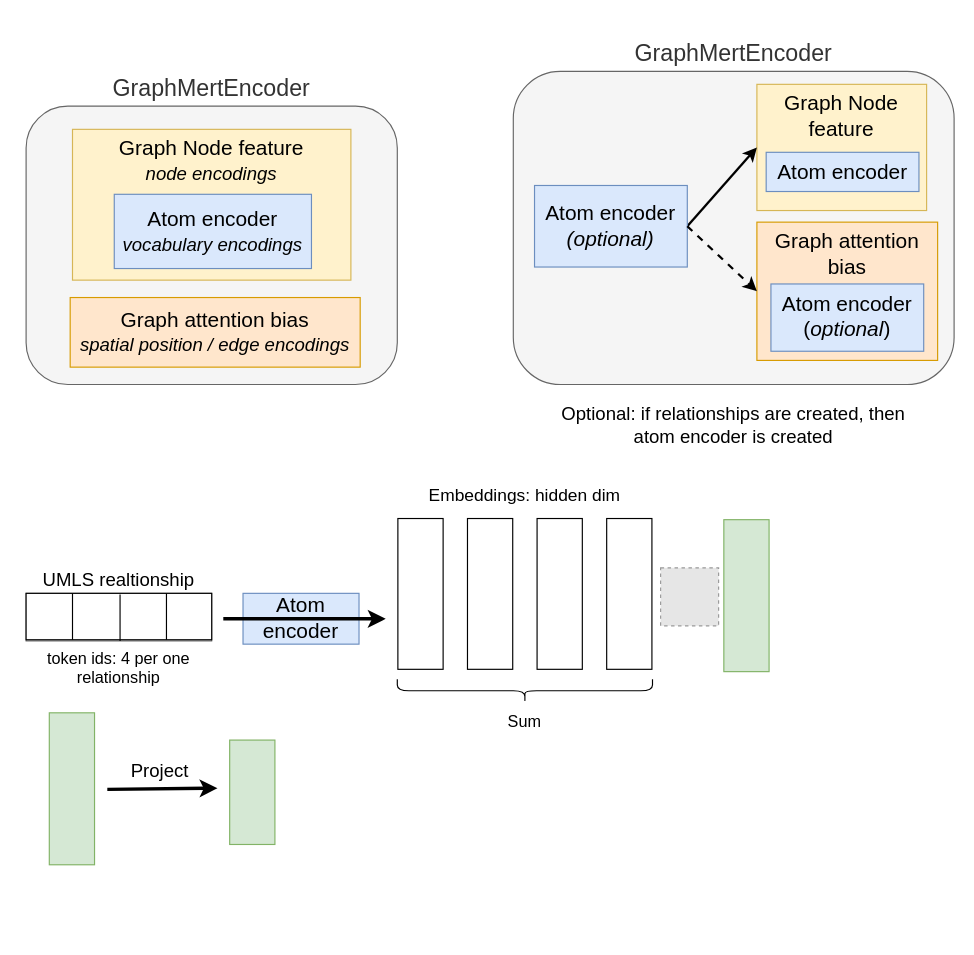
The draw.io diagram page "Page-1" (1 of 2) of presentations/Untitled Diagram.drawio in across-stars/draw.io, before the edit. Source tidied: cells renumbered, new cells numbered last; positions are measured from the earlier drawing's top-left corner, leaving out a move shared by most shapes. Both pictures are drawn from the tidied source at 116%, with x=0, y=0 at pixel (-5, 71). Pictures stored in the file or linked from it are replaced by grey dashed boxes.
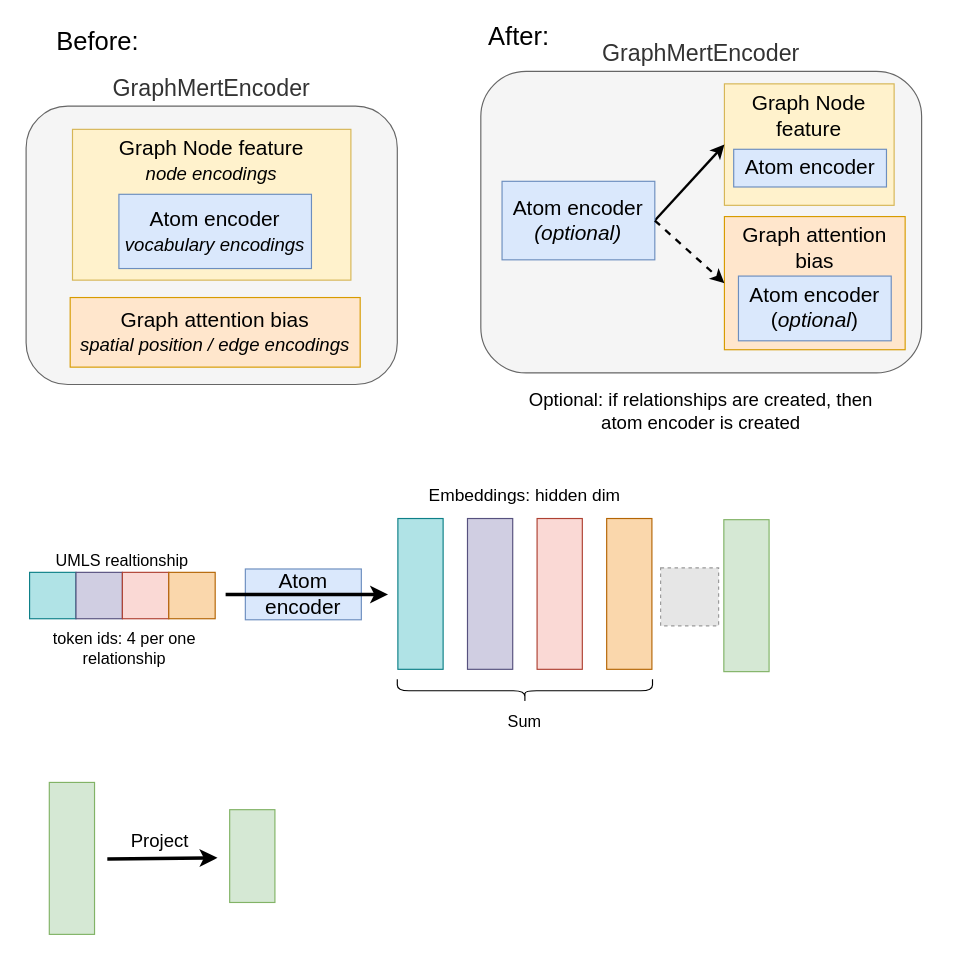
After the change.

The change refers to these unchanged cells:
```xml
<mxCell id="2" style="group;" parent="1" vertex="1">
  <mxGeometry x="26" y="30" width="320" height="240" as="geometry" />
</mxCell>
```

The edit, as a diff of the source:
```diff
@@
     <mxCell id="6" value="&lt;font style=&quot;font-size: 18px;&quot;&gt;Atom encoder&lt;/font&gt;&lt;div&gt;&lt;font style=&quot;font-size: 16px;&quot;&gt;&lt;i&gt;vocabulary encodings&lt;/i&gt;&lt;/font&gt;&lt;/div&gt;" style="rounded=0;whiteSpace=wrap;html=1;fillColor=#dae8fc;strokeColor=#6c8ebf;" parent="2" vertex="1">
-      <mxGeometry x="76" y="76" width="170" height="64" as="geometry" />
+      <mxGeometry x="80" y="76" width="166" height="64" as="geometry" />
     </mxCell>
     <mxCell id="7" style="group;" parent="1" vertex="1">
-      <mxGeometry x="446" width="380" height="270" as="geometry" />
+      <mxGeometry x="418" width="380" height="260" as="geometry" />
     </mxCell>
     <mxCell id="8" value="&lt;font style=&quot;font-size: 20px;&quot;&gt;GraphMertEncoder&lt;/font&gt;" style="rounded=1;whiteSpace=wrap;html=1;labelPosition=center;verticalLabelPosition=top;align=center;verticalAlign=bottom;fontSize=18;fillColor=#f5f5f5;fontColor=#333333;strokeColor=#666666;" parent="7" vertex="1">
-      <mxGeometry width="380" height="270" as="geometry" />
+      <mxGeometry width="380" height="260" as="geometry" />
     </mxCell>
     <mxCell id="9" value="&lt;font style=&quot;font-size: 18px;&quot;&gt;Graph Node feature&lt;/font&gt;" style="rounded=0;whiteSpace=wrap;html=1;verticalAlign=top;fillColor=#fff2cc;strokeColor=#d6b656;" parent="8" vertex="1">
-      <mxGeometry x="210" y="11.2" width="146.3" height="108.8" as="geometry" />
+      <mxGeometry x="210" y="10.8" width="146.3" height="104.7" as="geometry" />
     </mxCell>
@@
     <mxCell id="11" value="&lt;font style=&quot;font-size: 18px;&quot;&gt;Atom encoder&lt;/font&gt;&lt;div&gt;&lt;font size=&quot;4&quot;&gt;&lt;i&gt;(optional)&lt;/i&gt;&lt;/font&gt;&lt;/div&gt;" style="rounded=0;whiteSpace=wrap;html=1;fillColor=#dae8fc;strokeColor=#6c8ebf;" parent="8" vertex="1">
-      <mxGeometry x="18.3" y="98.4" width="131.7" height="70.3" as="geometry" />
+      <mxGeometry x="18.3" y="94.8" width="131.7" height="67.7" as="geometry" />
     </mxCell>
     <mxCell id="12" value="&lt;font style=&quot;font-size: 18px;&quot;&gt;Graph attention bias&lt;/font&gt;" style="rounded=0;whiteSpace=wrap;html=1;fillColor=#ffe6cc;strokeColor=#d79b00;verticalAlign=top;" parent="8" vertex="1">
-      <mxGeometry x="210" y="130" width="155.8" height="119.2" as="geometry" />
+      <mxGeometry x="210" y="125.2" width="155.8" height="114.8" as="geometry" />
     </mxCell>
@@
     <mxCell id="14" value="&lt;font style=&quot;font-size: 18px;&quot;&gt;Atom encoder&lt;/font&gt;" style="rounded=0;whiteSpace=wrap;html=1;fillColor=#dae8fc;strokeColor=#6c8ebf;" parent="8" vertex="1">
-      <mxGeometry x="218" y="69.8" width="131.7" height="33.8" as="geometry" />
+      <mxGeometry x="218" y="67.2" width="131.7" height="32.5" as="geometry" />
     </mxCell>
     <mxCell id="15" value="&lt;font style=&quot;font-size: 18px;&quot;&gt;Atom encoder&lt;/font&gt;&lt;div&gt;&lt;font style=&quot;font-size: 18px;&quot;&gt;(&lt;i&gt;optional&lt;/i&gt;)&lt;/font&gt;&lt;/div&gt;" style="rounded=0;whiteSpace=wrap;html=1;fillColor=#dae8fc;strokeColor=#6c8ebf;" parent="8" vertex="1">
-      <mxGeometry x="222.1" y="183.3" width="131.7" height="58" as="geometry" />
+      <mxGeometry x="222.1" y="176.5" width="131.7" height="55.8" as="geometry" />
     </mxCell>
     <mxCell id="16" value="&lt;font style=&quot;font-size: 16px;&quot;&gt;Optional: if relationships are created, then atom encoder is created&lt;/font&gt;" style="text;html=1;align=center;verticalAlign=middle;whiteSpace=wrap;rounded=0;" parent="1" vertex="1">
-      <mxGeometry x="476" y="270" width="320" height="70" as="geometry" />
+      <mxGeometry x="448" y="258" width="320" height="70" as="geometry" />
     </mxCell>
-    <mxCell id="17" style="rounded=0;whiteSpace=wrap;html=1;rotation=-90;" parent="1" vertex="1">
+    <mxCell id="17" style="rounded=0;whiteSpace=wrap;html=1;rotation=-90;fillColor=#b0e3e6;strokeColor=#0e8088;" parent="1" vertex="1">
       <mxGeometry x="301" y="431" width="130" height="39" as="geometry" />
     </mxCell>
-    <mxCell id="18" style="rounded=0;whiteSpace=wrap;html=1;rotation=-90;" parent="1" vertex="1">
+    <mxCell id="18" style="rounded=0;whiteSpace=wrap;html=1;rotation=-90;fillColor=#d0cee2;strokeColor=#56517e;" parent="1" vertex="1">
       <mxGeometry x="361" y="431" width="130" height="39" as="geometry" />
     </mxCell>
-    <mxCell id="19" style="rounded=0;whiteSpace=wrap;html=1;rotation=-90;" parent="1" vertex="1">
+    <mxCell id="19" style="rounded=0;whiteSpace=wrap;html=1;rotation=-90;fillColor=#fad9d5;strokeColor=#ae4132;" parent="1" vertex="1">
       <mxGeometry x="421" y="431" width="130" height="39" as="geometry" />
     </mxCell>
-    <mxCell id="20" style="rounded=0;whiteSpace=wrap;html=1;rotation=-90;" parent="1" vertex="1">
+    <mxCell id="20" style="rounded=0;whiteSpace=wrap;html=1;rotation=-90;fillColor=#fad7ac;strokeColor=#b46504;" parent="1" vertex="1">
       <mxGeometry x="481" y="431" width="130" height="39" as="geometry" />
     </mxCell>
     <mxCell id="21" value="&lt;font style=&quot;font-size: 18px;&quot;&gt;Atom encoder&lt;/font&gt;" style="rounded=0;whiteSpace=wrap;html=1;fillColor=#dae8fc;strokeColor=#6c8ebf;" parent="1" vertex="1">
-      <mxGeometry x="213" y="450" width="100" height="43.8" as="geometry" />
+      <mxGeometry x="215" y="429" width="100" height="43.8" as="geometry" />
     </mxCell>
-    <mxCell id="22" style="group;" parent="1" vertex="1">
-      <mxGeometry x="21" y="450" width="170" height="90" as="geometry" />
-    </mxCell>
-    <mxCell id="23" style="group;fillColor=#f5f5f5;fontColor=#333333;strokeColor=#666666;" parent="22" vertex="1">
-      <mxGeometry x="5" width="160" height="41" as="geometry" />
-    </mxCell>
-    <mxCell id="24" value="&lt;font style=&quot;font-size: 16px;&quot;&gt;UMLS realtionship&lt;/font&gt;" style="rounded=0;whiteSpace=wrap;html=1;labelPosition=center;verticalLabelPosition=top;align=center;verticalAlign=bottom;" parent="23" vertex="1">
-      <mxGeometry width="160" height="40" as="geometry" />
-    </mxCell>
-    <mxCell id="25" style="endArrow=none;html=1;rounded=0;" parent="23" edge="1">
-      <mxGeometry relative="1" as="geometry">
-        <mxPoint x="40" y="40" as="sourcePoint" />
-        <mxPoint x="40" as="targetPoint" />
-      </mxGeometry>
-    </mxCell>
-    <mxCell id="26" style="endArrow=none;html=1;rounded=0;" parent="23" edge="1">
-      <mxGeometry relative="1" as="geometry">
-        <mxPoint x="81" y="41" as="sourcePoint" />
-        <mxPoint x="81" y="1" as="targetPoint" />
-      </mxGeometry>
-    </mxCell>
-    <mxCell id="27" style="endArrow=none;html=1;rounded=0;" parent="23" edge="1">
-      <mxGeometry relative="1" as="geometry">
-        <mxPoint x="121" y="40" as="sourcePoint" />
-        <mxPoint x="121" as="targetPoint" />
-      </mxGeometry>
-    </mxCell>
-    <mxCell id="28" value="&lt;font style=&quot;font-size: 14px;&quot;&gt;token ids: 4 per one relationship&lt;/font&gt;" style="text;html=1;align=center;verticalAlign=middle;whiteSpace=wrap;rounded=0;fontSize=14;" parent="22" vertex="1">
-      <mxGeometry y="49" width="170" height="30" as="geometry" />
-    </mxCell>
     <mxCell id="29" style="endArrow=classic;html=1;rounded=0;strokeWidth=3;" parent="1" edge="1">
       <mxGeometry relative="1" as="geometry">
-        <mxPoint x="196" y="472" as="sourcePoint" />
-        <mxPoint x="336" y="472" as="targetPoint" />
+        <mxPoint x="198" y="451" as="sourcePoint" />
+        <mxPoint x="338" y="451" as="targetPoint" />
       </mxGeometry>
     </mxCell>
@@
     <mxCell id="35" style="rounded=0;whiteSpace=wrap;html=1;rotation=-90;fillColor=#d5e8d4;strokeColor=#82b366;" parent="1" vertex="1">
-      <mxGeometry x="176" y="602" width="90" height="39" as="geometry" />
+      <mxGeometry x="181" y="657" width="80" height="39" as="geometry" />
     </mxCell>
     <mxCell id="36" style="endArrow=classic;html=1;rounded=0;strokeWidth=3;" parent="1" edge="1">
       <mxGeometry relative="1" as="geometry">
-        <mxPoint x="96" y="619" as="sourcePoint" />
-        <mxPoint x="191" y="618" as="targetPoint" />
+        <mxPoint x="96" y="679" as="sourcePoint" />
+        <mxPoint x="191" y="678" as="targetPoint" />
       </mxGeometry>
     </mxCell>
@@
     <mxCell id="38" style="rounded=0;whiteSpace=wrap;html=1;rotation=-90;fillColor=#d5e8d4;strokeColor=#82b366;" parent="1" vertex="1">
-      <mxGeometry y="599" width="131" height="39" as="geometry" />
+      <mxGeometry y="659" width="131" height="39" as="geometry" />
     </mxCell>
+    <mxCell id="39" style="group;" parent="1" vertex="1">
+      <mxGeometry x="26" y="431.9" width="170" height="80" as="geometry" />
+    </mxCell>
+    <mxCell id="24" value="UMLS realtionship" style="group;labelPosition=center;verticalLabelPosition=top;align=center;verticalAlign=bottom;fontSize=14;" parent="39" vertex="1">
+      <mxGeometry x="3" width="160" height="40" as="geometry" />
+    </mxCell>
+    <mxCell id="40" style="whiteSpace=wrap;html=1;fillColor=#b0e3e6;strokeColor=#0e8088;" parent="24" vertex="1">
+      <mxGeometry width="40" height="40" as="geometry" />
+    </mxCell>
+    <mxCell id="41" style="whiteSpace=wrap;html=1;fillColor=#d0cee2;strokeColor=#56517e;" parent="24" vertex="1">
+      <mxGeometry x="40" width="40" height="40" as="geometry" />
+    </mxCell>
+    <mxCell id="42" style="whiteSpace=wrap;html=1;fillColor=#fad9d5;strokeColor=#ae4132;" parent="24" vertex="1">
+      <mxGeometry x="80" width="40" height="40" as="geometry" />
+    </mxCell>
+    <mxCell id="43" style="whiteSpace=wrap;html=1;fillColor=#fad7ac;strokeColor=#b46504;" parent="24" vertex="1">
+      <mxGeometry x="120" width="40" height="40" as="geometry" />
+    </mxCell>
+    <mxCell id="28" value="&lt;font style=&quot;font-size: 14px;&quot;&gt;token ids: 4 per one relationship&lt;/font&gt;" style="text;html=1;align=center;verticalAlign=middle;whiteSpace=wrap;rounded=0;fontSize=14;" parent="39" vertex="1">
+      <mxGeometry y="50" width="170" height="30" as="geometry" />
+    </mxCell>
+    <mxCell id="44" value="&lt;font style=&quot;font-size: 22px;&quot;&gt;Before:&lt;/font&gt;" style="text;html=1;align=center;verticalAlign=middle;whiteSpace=wrap;rounded=0;" parent="1" vertex="1">
+      <mxGeometry x="43" y="-40" width="90" height="30" as="geometry" />
+    </mxCell>
+    <mxCell id="45" value="&lt;font style=&quot;font-size: 22px;&quot;&gt;After:&lt;/font&gt;" style="text;html=1;align=center;verticalAlign=middle;whiteSpace=wrap;rounded=0;" parent="1" vertex="1">
+      <mxGeometry x="421" y="-44" width="60" height="30" as="geometry" />
+    </mxCell>
```
